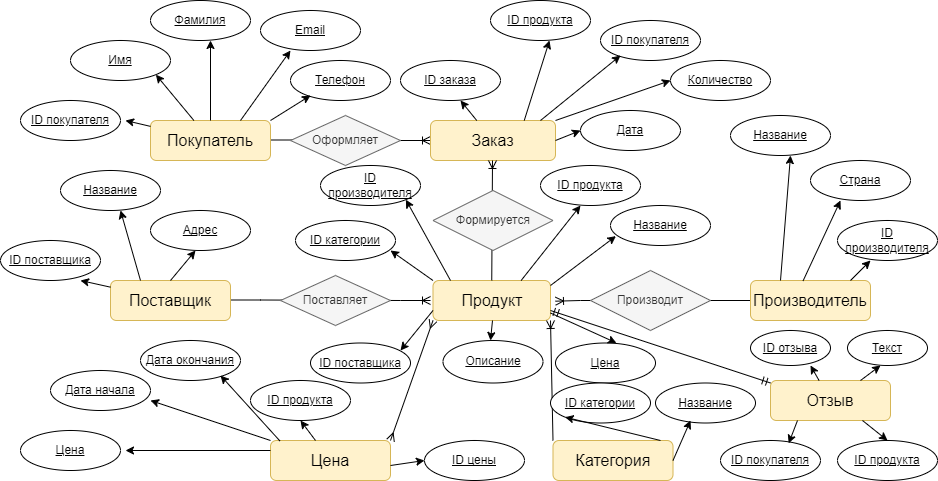
Above: Conceptmodel.drawio.png in DoriaKarri/DatabaseOpen (draw.io), before the change. Source tidied: cells renumbered, new cells last; positions are measured from the earlier drawing's top-left corner, leaving out a move shared by most shapes.
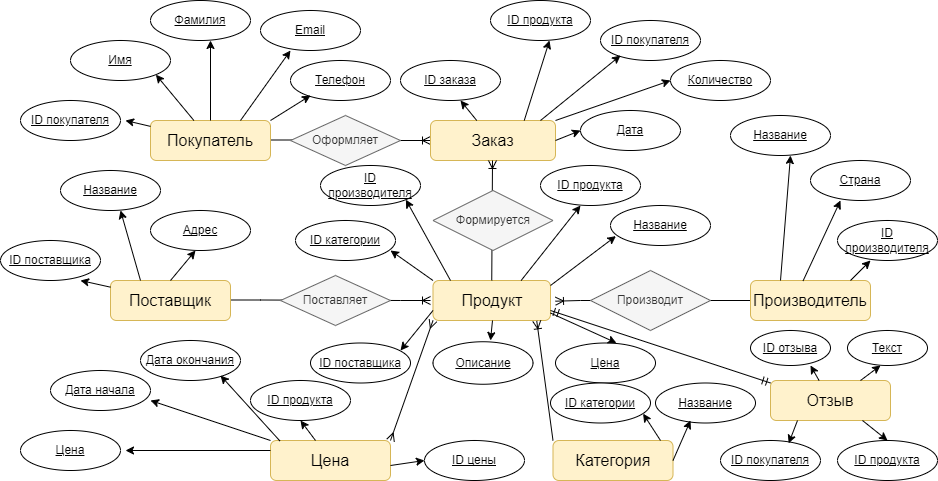
The same diagram one commit later.

What changed in the source:
```diff
@@ -63,7 +63,7 @@
     <mxCell id="17" value="Производит" style="shape=rhombus;perimeter=rhombusPerimeter;whiteSpace=wrap;html=1;align=center;fillColor=#f5f5f5;fontColor=#333333;strokeColor=#666666;" parent="1" vertex="1">
       <mxGeometry x="590" y="270" width="120" height="60" as="geometry" />
     </mxCell>
-    <mxCell id="18" style="fontSize=12;html=1;endArrow=ERoneToMany;rounded=0;exitX=0;exitY=0;exitDx=0;exitDy=0;entryX=1;entryY=1;entryDx=0;entryDy=0;" parent="1" edge="1" source="7" target="11">
+    <mxCell id="18" style="fontSize=12;html=1;endArrow=ERoneToMany;rounded=0;exitX=0;exitY=0;exitDx=0;exitDy=0;entryX=0.883;entryY=1.01;entryDx=0;entryDy=0;entryPerimeter=0;" parent="1" edge="1" source="7" target="11">
       <mxGeometry relative="1" as="geometry" />
     </mxCell>
     <mxCell id="19" value="Телефон" style="ellipse;whiteSpace=wrap;html=1;align=center;fontStyle=4;" parent="1" vertex="1">
@@ -139,7 +139,7 @@
       <mxGeometry x="610" y="205" width="100" height="40" as="geometry" />
     </mxCell>
     <mxCell id="43" value="Описание&lt;span id=&quot;docs-internal-guid-7f41d778-7fff-3c8e-2a3e-b1769a336b5f&quot;&gt;&lt;/span&gt;" style="ellipse;whiteSpace=wrap;html=1;align=center;fontStyle=4;" parent="1" vertex="1">
-      <mxGeometry x="442.5" y="340" width="100" height="42.5" as="geometry" />
+      <mxGeometry x="432.5" y="341.2" width="100" height="42.5" as="geometry" />
     </mxCell>
     <mxCell id="44" value="Цена&lt;span id=&quot;docs-internal-guid-7f41d778-7fff-3c8e-2a3e-b1769a336b5f&quot;&gt;&lt;/span&gt;" style="ellipse;whiteSpace=wrap;html=1;align=center;fontStyle=4;" parent="1" vertex="1">
       <mxGeometry x="555" y="342.5" width="100" height="40" as="geometry" />
@@ -232,7 +232,7 @@
     <mxCell id="63" value="ID категории&lt;span id=&quot;docs-internal-guid-7f41d778-7fff-3c8e-2a3e-b1769a336b5f&quot;&gt;&lt;/span&gt;" style="ellipse;whiteSpace=wrap;html=1;align=center;fontStyle=4;" parent="1" vertex="1">
       <mxGeometry x="550" y="382.5" width="100" height="40" as="geometry" />
     </mxCell>
-    <mxCell id="64" style="endArrow=classic;html=1;rounded=0;entryX=0;entryY=1;entryDx=0;entryDy=0;" parent="1" edge="1" target="63">
+    <mxCell id="64" style="endArrow=classic;html=1;rounded=0;entryX=0.926;entryY=0.767;entryDx=0;entryDy=0;entryPerimeter=0;" parent="1" edge="1" target="63">
       <mxGeometry relative="1" as="geometry">
         <mxPoint x="660" y="440" as="sourcePoint" />
       </mxGeometry>
```
